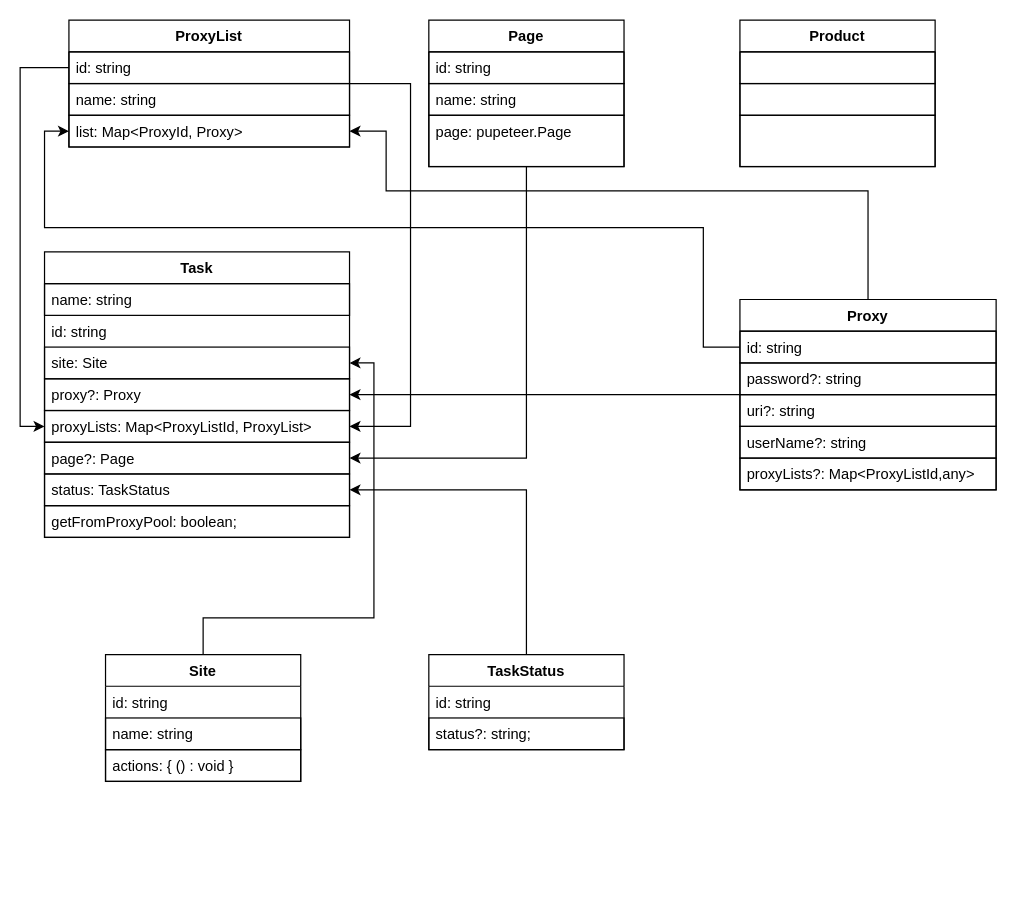
Above: KTM-ERD.drawio in fk1018/KoiTaskManager (draw.io), before the change. Source tidied: cells renumbered, new cells numbered last; positions are measured from the earlier drawing's top-left corner, leaving out a move shared by most shapes. Both pictures are drawn from the tidied source at 122%, with x=0, y=0 at pixel (44, 20).
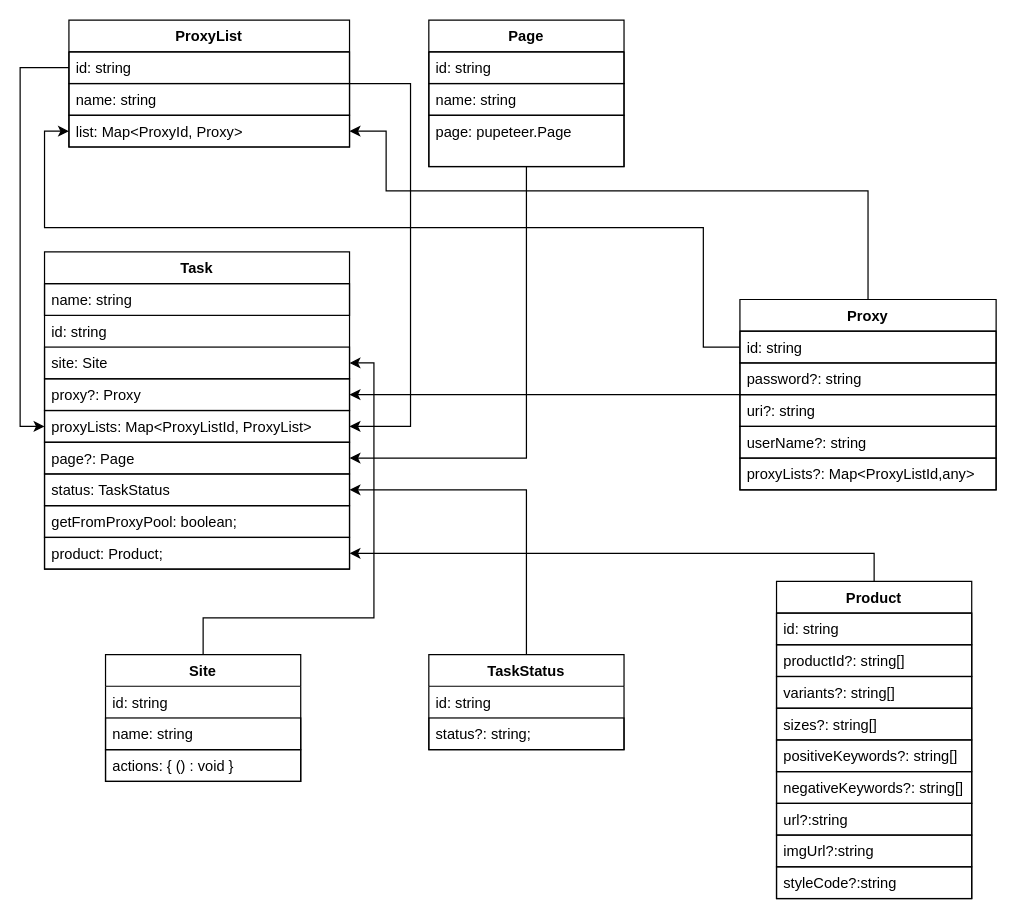
Above is the later version.

Commit message (it also covers changes not shown here):
adding product to erd

What changed in the source:
```diff
@@
     <mxCell id="15" value="Task" style="swimlane;fontStyle=1;align=center;verticalAlign=top;horizontal=1;startSize=26;" parent="1" vertex="1">
-      <mxGeometry y="190" width="250" height="234" as="geometry" />
+      <mxGeometry y="190" width="250" height="260" as="geometry" />
     </mxCell>
@@
+    <mxCell id="44" value="product: Product;" style="text;strokeColor=#000000;fillColor=none;align=left;verticalAlign=top;spacingLeft=4;spacingRight=4;overflow=hidden;points=[[0,0.5],[1,0.5]];portConstraint=eastwest;" parent="15" vertex="1">
+      <mxGeometry y="234" width="250" height="26" as="geometry" />
+    </mxCell>
@@
+    <mxCell id="45" style="edgeStyle=orthogonalEdgeStyle;rounded=0;jettySize=auto;html=1;exitX=0.5;exitY=0;exitDx=0;exitDy=0;" parent="1" edge="1" source="38" target="44">
+      <mxGeometry relative="1" as="geometry" />
+    </mxCell>
     <mxCell id="38" value="Product" style="swimlane;fontStyle=1;align=center;verticalAlign=top;horizontal=1;startSize=26;" parent="1" vertex="1">
-      <mxGeometry x="570" width="160" height="120" as="geometry" />
+      <mxGeometry x="600" y="460" width="160" height="260" as="geometry" />
     </mxCell>
-    <mxCell id="39" style="text;strokeColor=#000000;fillColor=none;align=left;verticalAlign=top;spacingLeft=4;spacingRight=4;overflow=hidden;perimeterSpacing=0;" parent="38" vertex="1">
+    <mxCell id="39" value="id: string" style="text;strokeColor=#000000;fillColor=none;align=left;verticalAlign=top;spacingLeft=4;spacingRight=4;overflow=hidden;perimeterSpacing=0;" parent="38" vertex="1">
       <mxGeometry y="26" width="160" height="26" as="geometry" />
     </mxCell>
-    <mxCell id="40" style="text;strokeColor=#000000;fillColor=none;align=left;verticalAlign=top;spacingLeft=4;spacingRight=4;overflow=hidden;" parent="38" vertex="1">
+    <mxCell id="40" value="productId?: string[]" style="text;strokeColor=#000000;fillColor=none;align=left;verticalAlign=top;spacingLeft=4;spacingRight=4;overflow=hidden;" parent="38" vertex="1">
       <mxGeometry y="52" width="160" height="26" as="geometry" />
     </mxCell>
-    <mxCell id="41" style="text;strokeColor=#000000;fillColor=none;align=left;verticalAlign=top;spacingLeft=4;spacingRight=4;overflow=hidden;" parent="38" vertex="1">
-      <mxGeometry y="78" width="160" height="42" as="geometry" />
-    </mxCell>
+    <mxCell id="46" value="variants?: string[]" style="text;strokeColor=#000000;fillColor=none;align=left;verticalAlign=top;spacingLeft=4;spacingRight=4;overflow=hidden;perimeterSpacing=0;" parent="38" vertex="1">
+      <mxGeometry y="78" width="160" height="26" as="geometry" />
+    </mxCell>
+    <mxCell id="47" value="sizes?: string[]" style="text;strokeColor=#000000;fillColor=none;align=left;verticalAlign=top;spacingLeft=4;spacingRight=4;overflow=hidden;" parent="38" vertex="1">
+      <mxGeometry y="104" width="160" height="26" as="geometry" />
+    </mxCell>
+    <mxCell id="48" value="positiveKeywords?: string[]" style="text;strokeColor=#000000;fillColor=none;align=left;verticalAlign=top;spacingLeft=4;spacingRight=4;overflow=hidden;perimeterSpacing=0;" parent="38" vertex="1">
+      <mxGeometry y="130" width="160" height="26" as="geometry" />
+    </mxCell>
+    <mxCell id="49" value="negativeKeywords?: string[]" style="text;strokeColor=#000000;fillColor=none;align=left;verticalAlign=top;spacingLeft=4;spacingRight=4;overflow=hidden;" parent="38" vertex="1">
+      <mxGeometry y="156" width="160" height="26" as="geometry" />
+    </mxCell>
+    <mxCell id="50" value="url?:string" style="text;strokeColor=#000000;fillColor=none;align=left;verticalAlign=top;spacingLeft=4;spacingRight=4;overflow=hidden;perimeterSpacing=0;" parent="38" vertex="1">
+      <mxGeometry y="182" width="160" height="26" as="geometry" />
+    </mxCell>
+    <mxCell id="51" value="imgUrl?:string" style="text;strokeColor=#000000;fillColor=none;align=left;verticalAlign=top;spacingLeft=4;spacingRight=4;overflow=hidden;" parent="38" vertex="1">
+      <mxGeometry y="208" width="160" height="26" as="geometry" />
+    </mxCell>
+    <mxCell id="52" value="styleCode?:string" style="text;strokeColor=#000000;fillColor=none;align=left;verticalAlign=top;spacingLeft=4;spacingRight=4;overflow=hidden;" parent="38" vertex="1">
+      <mxGeometry y="234" width="160" height="26" as="geometry" />
+    </mxCell>
```
